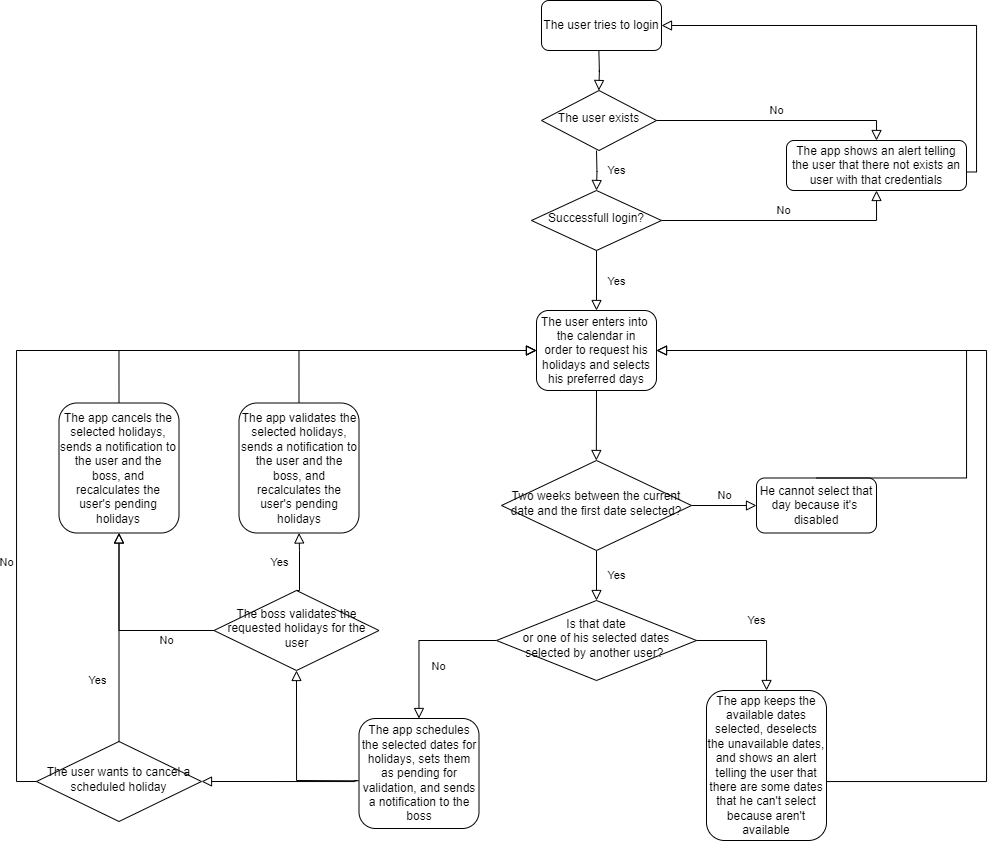
Earlier version of the draw.io export docs/Flow diagram.drawio.png (OrxataGuy/HolidayLaravelAngular). Source tidied: cells renumbered, new cells last; positions are measured from the earlier drawing's top-left corner, leaving out a move shared by most shapes. Source of this version:
```xml
<mxGraphModel>
  <root>
    <mxCell id="0" />
    <mxCell id="1" parent="0" />
    <mxCell id="2" value="The user enters into&amp;nbsp;&lt;br&gt;the calendar in&lt;br&gt;order to request his&lt;br&gt;holidays and selects&lt;br&gt;his preferred days" style="rounded=1;whiteSpace=wrap;html=1;fontSize=12;glass=0;strokeWidth=1;shadow=0;" parent="1" vertex="1">
      <mxGeometry x="500" y="310" width="120" height="80" as="geometry" />
    </mxCell>
    <mxCell id="3" value="Yes" style="rounded=0;html=1;jettySize=auto;fontSize=11;endArrow=block;endFill=0;endSize=8;strokeWidth=1;shadow=0;labelBackgroundColor=none;edgeStyle=orthogonalEdgeStyle;" parent="1" edge="1" source="5" target="8">
      <mxGeometry y="20" relative="1" as="geometry" />
    </mxCell>
    <mxCell id="4" value="No" style="edgeStyle=orthogonalEdgeStyle;rounded=0;html=1;jettySize=auto;fontSize=11;endArrow=block;endFill=0;endSize=8;strokeWidth=1;shadow=0;labelBackgroundColor=none;" parent="1" edge="1" source="5" target="6">
      <mxGeometry y="10" relative="1" as="geometry" />
    </mxCell>
    <mxCell id="5" value="&lt;font style=&quot;font-size: 12px;&quot;&gt;Two weeks between the current date and the first date selected?&lt;/font&gt;" style="rhombus;whiteSpace=wrap;html=1;shadow=0;fontFamily=Helvetica;fontSize=12;align=center;strokeWidth=1;spacing=6;spacingTop=-4;" parent="1" vertex="1">
      <mxGeometry x="465" y="460" width="190" height="90" as="geometry" />
    </mxCell>
    <mxCell id="6" value="He cannot select that&lt;br&gt;day because it's&amp;nbsp;&lt;br&gt;disabled" style="rounded=1;whiteSpace=wrap;html=1;fontSize=12;glass=0;strokeWidth=1;shadow=0;" parent="1" vertex="1">
      <mxGeometry x="720" y="477.5" width="120" height="55" as="geometry" />
    </mxCell>
    <mxCell id="7" value="No" style="rounded=0;html=1;jettySize=auto;fontSize=11;endArrow=block;endFill=0;endSize=8;strokeWidth=1;shadow=0;labelBackgroundColor=none;edgeStyle=orthogonalEdgeStyle;" parent="1" edge="1" source="8" target="9">
      <mxGeometry x="0.33" y="20" relative="1" as="geometry" />
    </mxCell>
    <mxCell id="8" value="Is that date&lt;br&gt;or one of his selected dates selected by another user?&amp;nbsp;" style="rhombus;whiteSpace=wrap;html=1;shadow=0;fontFamily=Helvetica;fontSize=12;align=center;strokeWidth=1;spacing=6;spacingTop=-4;" parent="1" vertex="1">
      <mxGeometry x="460" y="600" width="200" height="80" as="geometry" />
    </mxCell>
    <mxCell id="9" value="The app schedules the selected dates for holidays, sets them as pending for validation, and sends a notification to the boss" style="rounded=1;whiteSpace=wrap;html=1;fontSize=12;glass=0;strokeWidth=1;shadow=0;" parent="1" vertex="1">
      <mxGeometry x="322.5" y="718" width="120" height="110" as="geometry" />
    </mxCell>
    <mxCell id="10" value="The app keeps the available dates selected, deselects the unavailable dates, and shows an alert telling the user that there are some dates that he can't select because aren't available" style="rounded=1;whiteSpace=wrap;html=1;fontSize=12;glass=0;strokeWidth=1;shadow=0;" parent="1" vertex="1">
      <mxGeometry x="670" y="690" width="120" height="150" as="geometry" />
    </mxCell>
    <mxCell id="11" value="Yes" style="rounded=0;html=1;jettySize=auto;fontSize=11;endArrow=block;endFill=0;endSize=8;strokeWidth=1;shadow=0;labelBackgroundColor=none;edgeStyle=orthogonalEdgeStyle;exitX=1;exitY=0.5;exitDx=0;exitDy=0;" parent="1" edge="1" source="8" target="10">
      <mxGeometry y="20" relative="1" as="geometry" />
    </mxCell>
    <mxCell id="12" value="The user tries to login" style="rounded=1;whiteSpace=wrap;html=1;fontSize=12;glass=0;strokeWidth=1;shadow=0;" parent="1" vertex="1">
      <mxGeometry x="505" width="120" height="50" as="geometry" />
    </mxCell>
    <mxCell id="13" value="&lt;font style=&quot;font-size: 12px;&quot;&gt;The user exists&lt;/font&gt;" style="rhombus;whiteSpace=wrap;html=1;shadow=0;fontFamily=Helvetica;fontSize=12;align=center;strokeWidth=1;spacing=6;spacingTop=-4;" parent="1" vertex="1">
      <mxGeometry x="505" y="90" width="115" height="60" as="geometry" />
    </mxCell>
    <mxCell id="14" value="Successfull login?" style="rhombus;whiteSpace=wrap;html=1;shadow=0;fontFamily=Helvetica;fontSize=12;align=center;strokeWidth=1;spacing=6;spacingTop=-4;" parent="1" vertex="1">
      <mxGeometry x="495" y="190" width="130" height="60" as="geometry" />
    </mxCell>
    <mxCell id="15" value="The app shows an alert telling the user that there not exists an user with that credentials" style="rounded=1;whiteSpace=wrap;html=1;fontSize=12;glass=0;strokeWidth=1;shadow=0;" parent="1" vertex="1">
      <mxGeometry x="750" y="140" width="180" height="50" as="geometry" />
    </mxCell>
    <mxCell id="16" value="No" style="edgeStyle=orthogonalEdgeStyle;rounded=0;html=1;jettySize=auto;fontSize=11;endArrow=block;endFill=0;endSize=8;strokeWidth=1;shadow=0;labelBackgroundColor=none;exitX=1;exitY=0.5;exitDx=0;exitDy=0;entryX=0.5;entryY=0;entryDx=0;entryDy=0;" parent="1" edge="1" source="13" target="15">
      <mxGeometry y="10" relative="1" as="geometry">
        <Array as="points">
          <mxPoint x="840" y="120" />
        </Array>
      </mxGeometry>
    </mxCell>
    <mxCell id="17" value="No" style="edgeStyle=orthogonalEdgeStyle;rounded=0;html=1;jettySize=auto;fontSize=11;endArrow=block;endFill=0;endSize=8;strokeWidth=1;shadow=0;labelBackgroundColor=none;entryX=0.5;entryY=1;entryDx=0;entryDy=0;exitX=1;exitY=0.5;exitDx=0;exitDy=0;" parent="1" edge="1" source="14" target="15">
      <mxGeometry y="10" relative="1" as="geometry" />
    </mxCell>
    <mxCell id="18" style="rounded=0;html=1;jettySize=auto;fontSize=11;endArrow=block;endFill=0;endSize=8;strokeWidth=1;shadow=0;labelBackgroundColor=none;edgeStyle=orthogonalEdgeStyle;exitX=0.5;exitY=1;exitDx=0;exitDy=0;" parent="1" edge="1" source="2">
      <mxGeometry y="20" relative="1" as="geometry">
        <mxPoint x="559.8" y="460" as="targetPoint" />
        <Array as="points">
          <mxPoint x="560" y="390" />
        </Array>
      </mxGeometry>
    </mxCell>
    <mxCell id="19" value="Yes" style="rounded=0;html=1;jettySize=auto;fontSize=11;endArrow=block;endFill=0;endSize=8;strokeWidth=1;shadow=0;labelBackgroundColor=none;edgeStyle=orthogonalEdgeStyle;entryX=0.5;entryY=0;entryDx=0;entryDy=0;" parent="1" edge="1" target="14">
      <mxGeometry y="20" relative="1" as="geometry">
        <mxPoint x="560" y="150" as="sourcePoint" />
      </mxGeometry>
    </mxCell>
    <mxCell id="20" value="Yes" style="rounded=0;html=1;jettySize=auto;fontSize=11;endArrow=block;endFill=0;endSize=8;strokeWidth=1;shadow=0;labelBackgroundColor=none;edgeStyle=orthogonalEdgeStyle;entryX=0.5;entryY=0;entryDx=0;entryDy=0;exitX=0.5;exitY=1;exitDx=0;exitDy=0;" parent="1" edge="1" source="14" target="2">
      <mxGeometry y="20" relative="1" as="geometry" />
    </mxCell>
    <mxCell id="21" style="rounded=0;html=1;jettySize=auto;orthogonalLoop=1;fontSize=11;endArrow=block;endFill=0;endSize=8;strokeWidth=1;shadow=0;labelBackgroundColor=none;edgeStyle=orthogonalEdgeStyle;entryX=0.5;entryY=0;entryDx=0;entryDy=0;" parent="1" edge="1">
      <mxGeometry y="20" relative="1" as="geometry">
        <mxPoint x="562.4" y="50" as="sourcePoint" />
        <mxPoint x="562.4" y="90" as="targetPoint" />
      </mxGeometry>
    </mxCell>
    <mxCell id="22" style="rounded=0;html=1;jettySize=auto;fontSize=11;endArrow=block;endFill=0;endSize=8;strokeWidth=1;shadow=0;labelBackgroundColor=none;edgeStyle=orthogonalEdgeStyle;exitX=0.5;exitY=0;exitDx=0;exitDy=0;entryX=1;entryY=0.5;entryDx=0;entryDy=0;" parent="1" edge="1" source="6" target="2">
      <mxGeometry y="20" relative="1" as="geometry">
        <Array as="points">
          <mxPoint x="930" y="350" />
        </Array>
      </mxGeometry>
    </mxCell>
    <mxCell id="23" style="rounded=0;html=1;jettySize=auto;fontSize=11;endArrow=block;endFill=0;endSize=8;strokeWidth=1;shadow=0;labelBackgroundColor=none;edgeStyle=orthogonalEdgeStyle;exitX=1;exitY=0.592;exitDx=0;exitDy=0;exitPerimeter=0;" parent="1" edge="1" source="10">
      <mxGeometry y="20" relative="1" as="geometry">
        <mxPoint x="620" y="350" as="targetPoint" />
        <Array as="points">
          <mxPoint x="790" y="781" />
          <mxPoint x="950" y="781" />
          <mxPoint x="950" y="350" />
        </Array>
      </mxGeometry>
    </mxCell>
    <mxCell id="24" value="The user wants to cancel a scheduled holiday" style="rhombus;whiteSpace=wrap;html=1;shadow=0;fontFamily=Helvetica;fontSize=12;align=center;strokeWidth=1;spacing=6;spacingTop=-4;" parent="1" vertex="1">
      <mxGeometry y="741" width="165" height="80" as="geometry" />
    </mxCell>
    <mxCell id="25" style="rounded=0;html=1;jettySize=auto;fontSize=11;endArrow=block;endFill=0;endSize=8;strokeWidth=1;shadow=0;labelBackgroundColor=none;edgeStyle=orthogonalEdgeStyle;exitX=-0.013;exitY=0.564;exitDx=0;exitDy=0;exitPerimeter=0;entryX=1;entryY=0.5;entryDx=0;entryDy=0;" parent="1" edge="1" source="9" target="24">
      <mxGeometry x="0.33" y="20" relative="1" as="geometry">
        <Array as="points">
          <mxPoint x="318" y="781" />
        </Array>
      </mxGeometry>
    </mxCell>
    <mxCell id="26" value="The app cancels the selected holidays, sends a notification to the user and the boss, and recalculates the user's pending holidays" style="rounded=1;whiteSpace=wrap;html=1;fontSize=12;glass=0;strokeWidth=1;shadow=0;" parent="1" vertex="1">
      <mxGeometry x="22.5" y="402.5" width="120" height="130" as="geometry" />
    </mxCell>
    <mxCell id="27" value="Yes" style="rounded=0;html=1;jettySize=auto;fontSize=11;endArrow=block;endFill=0;endSize=8;strokeWidth=1;shadow=0;labelBackgroundColor=none;edgeStyle=orthogonalEdgeStyle;entryX=0.5;entryY=1;entryDx=0;entryDy=0;exitX=0.5;exitY=0;exitDx=0;exitDy=0;" parent="1" edge="1" source="24" target="26">
      <mxGeometry x="-0.41" y="23" relative="1" as="geometry">
        <mxPoint x="1" as="offset" />
      </mxGeometry>
    </mxCell>
    <mxCell id="28" value="The boss validates the requested holidays for the user" style="rhombus;whiteSpace=wrap;html=1;shadow=0;fontFamily=Helvetica;fontSize=12;align=center;strokeWidth=1;spacing=6;spacingTop=-4;" parent="1" vertex="1">
      <mxGeometry x="177.5" y="590" width="165" height="80" as="geometry" />
    </mxCell>
    <mxCell id="29" style="rounded=0;html=1;jettySize=auto;fontSize=11;endArrow=block;endFill=0;endSize=8;strokeWidth=1;shadow=0;labelBackgroundColor=none;edgeStyle=orthogonalEdgeStyle;entryX=0.5;entryY=1;entryDx=0;entryDy=0;exitX=-0.004;exitY=0.566;exitDx=0;exitDy=0;exitPerimeter=0;" parent="1" edge="1" source="9" target="28">
      <mxGeometry y="20" relative="1" as="geometry">
        <Array as="points">
          <mxPoint x="319" y="780" />
          <mxPoint x="260" y="780" />
        </Array>
      </mxGeometry>
    </mxCell>
    <mxCell id="30" value="No" style="rounded=0;html=1;jettySize=auto;fontSize=11;endArrow=block;endFill=0;endSize=8;strokeWidth=1;shadow=0;labelBackgroundColor=none;edgeStyle=orthogonalEdgeStyle;entryX=0.5;entryY=1;entryDx=0;entryDy=0;exitX=0;exitY=0.5;exitDx=0;exitDy=0;" parent="1" edge="1" source="28" target="26">
      <mxGeometry x="-0.51" y="10" relative="1" as="geometry" />
    </mxCell>
    <mxCell id="31" value="The app validates the selected holidays, sends a notification to the user and the boss, and recalculates the user's pending holidays" style="rounded=1;whiteSpace=wrap;html=1;fontSize=12;glass=0;strokeWidth=1;shadow=0;" parent="1" vertex="1">
      <mxGeometry x="202.5" y="402.5" width="120" height="130" as="geometry" />
    </mxCell>
    <mxCell id="32" value="Yes" style="rounded=0;html=1;jettySize=auto;fontSize=11;endArrow=block;endFill=0;endSize=8;strokeWidth=1;shadow=0;labelBackgroundColor=none;edgeStyle=orthogonalEdgeStyle;entryX=0.5;entryY=1;entryDx=0;entryDy=0;exitX=0.5;exitY=0;exitDx=0;exitDy=0;" parent="1" edge="1" source="28" target="31">
      <mxGeometry y="20" relative="1" as="geometry">
        <Array as="points">
          <mxPoint x="263" y="590" />
          <mxPoint x="263" y="550" />
        </Array>
      </mxGeometry>
    </mxCell>
    <mxCell id="33" value="No" style="rounded=0;html=1;jettySize=auto;fontSize=11;endArrow=block;endFill=0;endSize=8;strokeWidth=1;shadow=0;labelBackgroundColor=none;edgeStyle=orthogonalEdgeStyle;entryX=0;entryY=0.5;entryDx=0;entryDy=0;exitX=0;exitY=0.5;exitDx=0;exitDy=0;" parent="1" edge="1" source="24" target="2">
      <mxGeometry x="-0.51" y="10" relative="1" as="geometry" />
    </mxCell>
    <mxCell id="34" style="rounded=0;html=1;jettySize=auto;fontSize=11;endArrow=block;endFill=0;endSize=8;strokeWidth=1;shadow=0;labelBackgroundColor=none;edgeStyle=orthogonalEdgeStyle;exitX=0.5;exitY=0;exitDx=0;exitDy=0;" parent="1" edge="1" source="26">
      <mxGeometry x="0.33" y="20" relative="1" as="geometry">
        <mxPoint x="500" y="350" as="targetPoint" />
        <Array as="points">
          <mxPoint x="83" y="350" />
          <mxPoint x="250" y="350" />
        </Array>
      </mxGeometry>
    </mxCell>
    <mxCell id="35" style="rounded=0;html=1;jettySize=auto;fontSize=11;endArrow=block;endFill=0;endSize=8;strokeWidth=1;shadow=0;labelBackgroundColor=none;edgeStyle=orthogonalEdgeStyle;exitX=0.5;exitY=0;exitDx=0;exitDy=0;" parent="1" edge="1" source="31">
      <mxGeometry x="0.33" y="20" relative="1" as="geometry">
        <mxPoint x="500" y="350" as="targetPoint" />
        <Array as="points">
          <mxPoint x="263" y="350" />
          <mxPoint x="410" y="350" />
        </Array>
      </mxGeometry>
    </mxCell>
    <mxCell id="36" style="rounded=0;html=1;jettySize=auto;fontSize=11;endArrow=block;endFill=0;endSize=8;strokeWidth=1;shadow=0;labelBackgroundColor=none;edgeStyle=orthogonalEdgeStyle;entryX=1;entryY=0.5;entryDx=0;entryDy=0;exitX=1.005;exitY=0.63;exitDx=0;exitDy=0;exitPerimeter=0;" parent="1" edge="1" source="15" target="12">
      <mxGeometry y="20" relative="1" as="geometry">
        <Array as="points">
          <mxPoint x="940" y="172" />
          <mxPoint x="940" y="25" />
        </Array>
      </mxGeometry>
    </mxCell>
  </root>
</mxGraphModel>
```
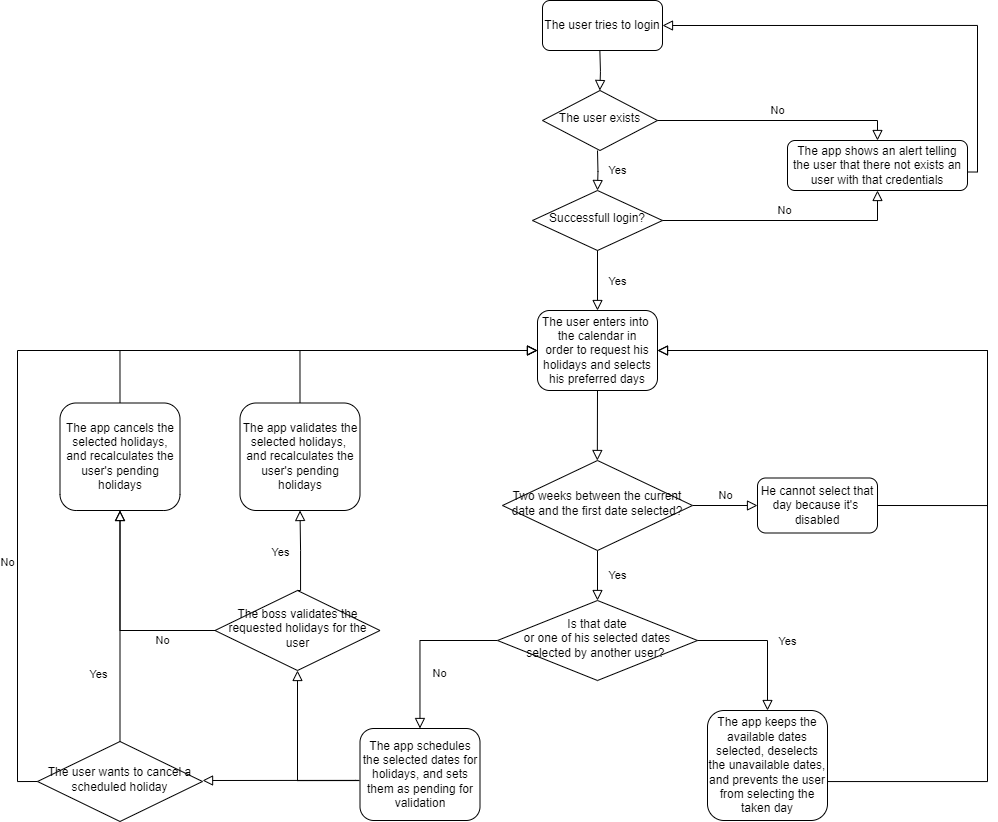
After the change.

The edit, as a diff of the source:
```diff
@@ -23,11 +23,11 @@
     <mxCell id="8" value="Is that date&lt;br&gt;or one of his selected dates selected by another user?&amp;nbsp;" style="rhombus;whiteSpace=wrap;html=1;shadow=0;fontFamily=Helvetica;fontSize=12;align=center;strokeWidth=1;spacing=6;spacingTop=-4;" parent="1" vertex="1">
       <mxGeometry x="460" y="600" width="200" height="80" as="geometry" />
     </mxCell>
-    <mxCell id="9" value="The app schedules the selected dates for holidays, sets them as pending for validation, and sends a notification to the boss" style="rounded=1;whiteSpace=wrap;html=1;fontSize=12;glass=0;strokeWidth=1;shadow=0;" parent="1" vertex="1">
-      <mxGeometry x="322.5" y="718" width="120" height="110" as="geometry" />
+    <mxCell id="9" value="The app schedules the selected dates for holidays, and sets them as pending for validation" style="rounded=1;whiteSpace=wrap;html=1;fontSize=12;glass=0;strokeWidth=1;shadow=0;" parent="1" vertex="1">
+      <mxGeometry x="322.5" y="728" width="120" height="92" as="geometry" />
     </mxCell>
-    <mxCell id="10" value="The app keeps the available dates selected, deselects the unavailable dates, and shows an alert telling the user that there are some dates that he can't select because aren't available" style="rounded=1;whiteSpace=wrap;html=1;fontSize=12;glass=0;strokeWidth=1;shadow=0;" parent="1" vertex="1">
-      <mxGeometry x="670" y="690" width="120" height="150" as="geometry" />
+    <mxCell id="10" value="The app keeps the available dates selected, deselects the unavailable dates, and prevents the user from selecting the taken day" style="rounded=1;whiteSpace=wrap;html=1;fontSize=12;glass=0;strokeWidth=1;shadow=0;" parent="1" vertex="1">
+      <mxGeometry x="670" y="710" width="120" height="110" as="geometry" />
     </mxCell>
     <mxCell id="11" value="Yes" style="rounded=0;html=1;jettySize=auto;fontSize=11;endArrow=block;endFill=0;endSize=8;strokeWidth=1;shadow=0;labelBackgroundColor=none;edgeStyle=orthogonalEdgeStyle;exitX=1;exitY=0.5;exitDx=0;exitDy=0;" parent="1" edge="1" source="8" target="10">
       <mxGeometry y="20" relative="1" as="geometry" />
@@ -76,10 +76,11 @@
         <mxPoint x="562.4" y="90" as="targetPoint" />
       </mxGeometry>
     </mxCell>
-    <mxCell id="22" style="rounded=0;html=1;jettySize=auto;fontSize=11;endArrow=block;endFill=0;endSize=8;strokeWidth=1;shadow=0;labelBackgroundColor=none;edgeStyle=orthogonalEdgeStyle;exitX=0.5;exitY=0;exitDx=0;exitDy=0;entryX=1;entryY=0.5;entryDx=0;entryDy=0;" parent="1" edge="1" source="6" target="2">
+    <mxCell id="22" style="rounded=0;html=1;jettySize=auto;fontSize=11;endArrow=block;endFill=0;endSize=8;strokeWidth=1;shadow=0;labelBackgroundColor=none;edgeStyle=orthogonalEdgeStyle;entryX=1;entryY=0.5;entryDx=0;entryDy=0;exitX=1;exitY=0.5;exitDx=0;exitDy=0;" parent="1" edge="1" source="6" target="2">
       <mxGeometry y="20" relative="1" as="geometry">
         <Array as="points">
-          <mxPoint x="930" y="350" />
+          <mxPoint x="950" y="505" />
+          <mxPoint x="950" y="350" />
         </Array>
       </mxGeometry>
     </mxCell>
@@ -99,12 +100,13 @@
     <mxCell id="25" style="rounded=0;html=1;jettySize=auto;fontSize=11;endArrow=block;endFill=0;endSize=8;strokeWidth=1;shadow=0;labelBackgroundColor=none;edgeStyle=orthogonalEdgeStyle;exitX=-0.013;exitY=0.564;exitDx=0;exitDy=0;exitPerimeter=0;entryX=1;entryY=0.5;entryDx=0;entryDy=0;" parent="1" edge="1" source="9" target="24">
       <mxGeometry x="0.33" y="20" relative="1" as="geometry">
         <Array as="points">
-          <mxPoint x="318" y="781" />
+          <mxPoint x="318" y="780" />
+          <mxPoint x="165" y="780" />
         </Array>
       </mxGeometry>
     </mxCell>
-    <mxCell id="26" value="The app cancels the selected holidays, sends a notification to the user and the boss, and recalculates the user's pending holidays" style="rounded=1;whiteSpace=wrap;html=1;fontSize=12;glass=0;strokeWidth=1;shadow=0;" parent="1" vertex="1">
-      <mxGeometry x="22.5" y="402.5" width="120" height="130" as="geometry" />
+    <mxCell id="26" value="The app cancels the selected holidays, and recalculates the user's pending holidays" style="rounded=1;whiteSpace=wrap;html=1;fontSize=12;glass=0;strokeWidth=1;shadow=0;" parent="1" vertex="1">
+      <mxGeometry x="22.5" y="402.5" width="120" height="107.5" as="geometry" />
     </mxCell>
     <mxCell id="27" value="Yes" style="rounded=0;html=1;jettySize=auto;fontSize=11;endArrow=block;endFill=0;endSize=8;strokeWidth=1;shadow=0;labelBackgroundColor=none;edgeStyle=orthogonalEdgeStyle;entryX=0.5;entryY=1;entryDx=0;entryDy=0;exitX=0.5;exitY=0;exitDx=0;exitDy=0;" parent="1" edge="1" source="24" target="26">
       <mxGeometry x="-0.41" y="23" relative="1" as="geometry">
@@ -117,7 +119,6 @@
     <mxCell id="29" style="rounded=0;html=1;jettySize=auto;fontSize=11;endArrow=block;endFill=0;endSize=8;strokeWidth=1;shadow=0;labelBackgroundColor=none;edgeStyle=orthogonalEdgeStyle;entryX=0.5;entryY=1;entryDx=0;entryDy=0;exitX=-0.004;exitY=0.566;exitDx=0;exitDy=0;exitPerimeter=0;" parent="1" edge="1" source="9" target="28">
       <mxGeometry y="20" relative="1" as="geometry">
         <Array as="points">
-          <mxPoint x="319" y="780" />
           <mxPoint x="260" y="780" />
         </Array>
       </mxGeometry>
@@ -125,8 +126,8 @@
     <mxCell id="30" value="No" style="rounded=0;html=1;jettySize=auto;fontSize=11;endArrow=block;endFill=0;endSize=8;strokeWidth=1;shadow=0;labelBackgroundColor=none;edgeStyle=orthogonalEdgeStyle;entryX=0.5;entryY=1;entryDx=0;entryDy=0;exitX=0;exitY=0.5;exitDx=0;exitDy=0;" parent="1" edge="1" source="28" target="26">
       <mxGeometry x="-0.51" y="10" relative="1" as="geometry" />
     </mxCell>
-    <mxCell id="31" value="The app validates the selected holidays, sends a notification to the user and the boss, and recalculates the user's pending holidays" style="rounded=1;whiteSpace=wrap;html=1;fontSize=12;glass=0;strokeWidth=1;shadow=0;" parent="1" vertex="1">
-      <mxGeometry x="202.5" y="402.5" width="120" height="130" as="geometry" />
+    <mxCell id="31" value="The app validates the selected holidays,&amp;nbsp; and recalculates the user's pending holidays" style="rounded=1;whiteSpace=wrap;html=1;fontSize=12;glass=0;strokeWidth=1;shadow=0;" parent="1" vertex="1">
+      <mxGeometry x="202.5" y="402.5" width="120" height="107.5" as="geometry" />
     </mxCell>
     <mxCell id="32" value="Yes" style="rounded=0;html=1;jettySize=auto;fontSize=11;endArrow=block;endFill=0;endSize=8;strokeWidth=1;shadow=0;labelBackgroundColor=none;edgeStyle=orthogonalEdgeStyle;entryX=0.5;entryY=1;entryDx=0;entryDy=0;exitX=0.5;exitY=0;exitDx=0;exitDy=0;" parent="1" edge="1" source="28" target="31">
       <mxGeometry y="20" relative="1" as="geometry">
```
